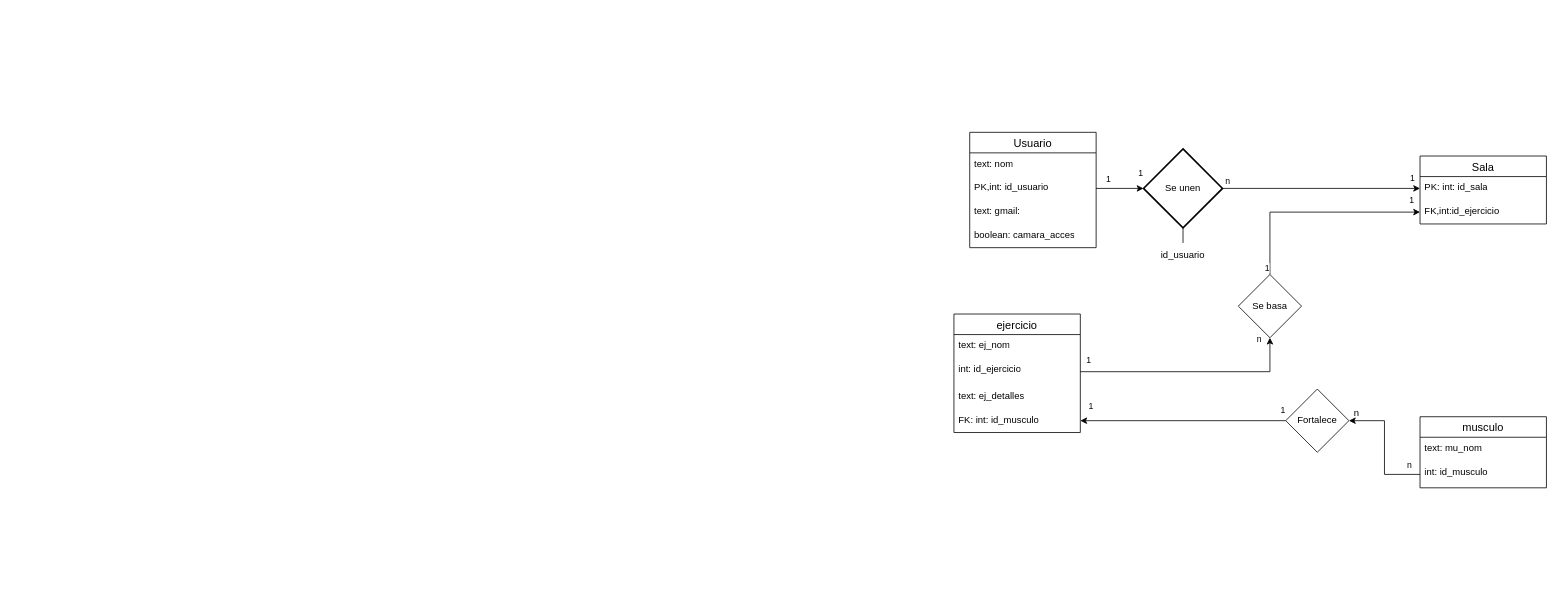
Above: E-R.drawio in inspedralbes/tr1-type-racer-royale-dam_25_26_tr1g6 (draw.io), before the change. Source tidied: cells renumbered, new cells numbered last; positions are measured from the earlier drawing's top-left corner, leaving out a move shared by most shapes. Both pictures are drawn from the tidied source at 79%, with x=0, y=0 at pixel (954, 132).
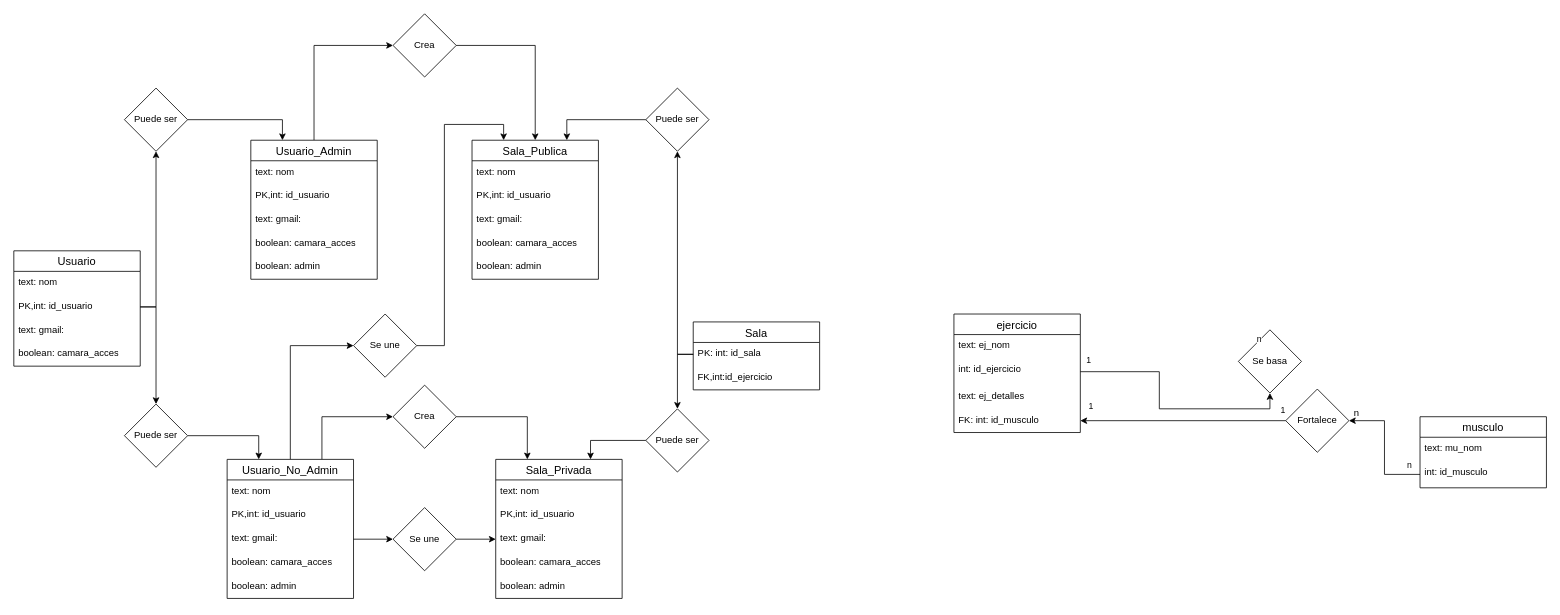
Above is the later version.

The change refers to these unchanged cells:
```xml
<mxCell id="4" value="PK,int: id_usuario" style="text;strokeColor=none;fillColor=none;spacingLeft=4;spacingRight=4;overflow=hidden;points=[[0,0.5],[1,0.5]];portConstraint=eastwest;fontSize=12;whiteSpace=wrap;html=1;" parent="2" vertex="1">
  <mxGeometry y="56" width="160" height="30" as="geometry" />
</mxCell>
<mxCell id="13" value="PK: int: id_sala" style="text;strokeColor=none;fillColor=none;spacingLeft=4;spacingRight=4;overflow=hidden;points=[[0,0.5],[1,0.5]];portConstraint=eastwest;fontSize=12;whiteSpace=wrap;html=1;" parent="12" vertex="1">
  <mxGeometry y="26" width="160" height="30" as="geometry" />
</mxCell>
<mxCell id="14" value="FK,int:id_ejercicio" style="text;strokeColor=none;fillColor=none;spacingLeft=4;spacingRight=4;overflow=hidden;points=[[0,0.5],[1,0.5]];portConstraint=eastwest;fontSize=12;whiteSpace=wrap;html=1;" parent="12" vertex="1">
  <mxGeometry y="56" width="160" height="30" as="geometry" />
</mxCell>
```

Diff of the diagram source:
```diff
@@
     <mxCell id="2" value="Usuario" style="swimlane;fontStyle=0;horizontal=1;startSize=26;align=center;fontSize=14;" parent="1" vertex="1">
-      <mxGeometry x="20" width="160" height="146" as="geometry" />
+      <mxGeometry x="-1190" y="150" width="160" height="146" as="geometry" />
     </mxCell>
@@
     <mxCell id="12" value="Sala" style="swimlane;fontStyle=0;horizontal=1;startSize=26;align=center;fontSize=14;" parent="1" vertex="1">
-      <mxGeometry x="590" y="30" width="160" height="86" as="geometry" />
+      <mxGeometry x="-330" y="240" width="160" height="86" as="geometry" />
     </mxCell>
@@
-    <mxCell id="15" style="endArrow=classic;html=1;rounded=0;exitX=1;exitY=0.5;exitDx=0;exitDy=0;entryX=0;entryY=0.5;entryDx=0;entryDy=0;entryPerimeter=0;" parent="1" edge="1" source="4" target="27">
-      <mxGeometry relative="1" as="geometry" />
-    </mxCell>
@@
-    <mxCell id="24" value="1" style="edgeLabel;html=1;align=right;verticalAlign=bottom;" parent="1" vertex="1">
-      <mxGeometry x="540" y="146" as="geometry">
-        <mxPoint x="43" y="-52" as="offset" />
-      </mxGeometry>
-    </mxCell>
-    <mxCell id="25" style="edgeStyle=orthogonalEdgeStyle;rounded=0;jettySize=auto;html=1;exitX=1;exitY=0.5;exitDx=0;exitDy=0;exitPerimeter=0;entryX=0;entryY=0.5;entryDx=0;entryDy=0;" parent="1" edge="1" source="27" target="13">
-      <mxGeometry relative="1" as="geometry" />
-    </mxCell>
-    <mxCell id="26" style="edgeStyle=orthogonalEdgeStyle;rounded=0;jettySize=auto;html=1;exitX=0.5;exitY=1;exitDx=0;exitDy=0;exitPerimeter=0;endArrow=none;endFill=0;" parent="1" edge="1" source="27">
-      <mxGeometry relative="1" as="geometry">
-        <mxPoint x="290" y="140" as="targetPoint" />
-      </mxGeometry>
-    </mxCell>
-    <mxCell id="27" value="Se unen" style="strokeWidth=2;html=1;shape=mxgraph.flowchart.decision;whiteSpace=wrap;" parent="1" vertex="1">
-      <mxGeometry x="240" y="21" width="100" height="100" as="geometry" />
-    </mxCell>
-    <mxCell id="28" value="1" style="edgeLabel;html=1;align=right;verticalAlign=bottom;" parent="1" vertex="1">
-      <mxGeometry x="590" y="90" as="geometry">
-        <mxPoint x="-6" y="-24" as="offset" />
-      </mxGeometry>
-    </mxCell>
-    <mxCell id="29" value="1" style="edgeLabel;html=1;align=right;verticalAlign=bottom;" parent="1" vertex="1">
-      <mxGeometry x="200" y="70" as="geometry">
-        <mxPoint x="-1" y="-2" as="offset" />
-      </mxGeometry>
-    </mxCell>
-    <mxCell id="30" value="id_usuario" style="text;html=1;whiteSpace=wrap;strokeColor=none;fillColor=none;align=center;verticalAlign=middle;rounded=0;" parent="1" vertex="1">
-      <mxGeometry x="260" y="140" width="60" height="30" as="geometry" />
-    </mxCell>
@@
-    <mxCell id="33" value="1" style="edgeLabel;html=1;align=right;verticalAlign=bottom;" parent="1" vertex="1">
-      <mxGeometry x="240" y="60" as="geometry" />
-    </mxCell>
-    <mxCell id="34" value="n" style="edgeLabel;html=1;align=right;verticalAlign=bottom;" parent="1" vertex="1">
-      <mxGeometry x="350" y="70" as="geometry" />
-    </mxCell>
-    <mxCell id="35" style="edgeStyle=orthogonalEdgeStyle;rounded=0;jettySize=auto;html=1;exitX=0.5;exitY=0;exitDx=0;exitDy=0;entryX=0;entryY=0.5;entryDx=0;entryDy=0;" parent="1" edge="1" source="36" target="14">
-      <mxGeometry relative="1" as="geometry" />
-    </mxCell>
     <mxCell id="36" value="Se basa" style="rhombus;whiteSpace=wrap;html=1;" parent="1" vertex="1">
-      <mxGeometry x="360" y="180" width="80" height="80" as="geometry" />
+      <mxGeometry x="360" y="250" width="80" height="80" as="geometry" />
     </mxCell>
@@
-    <mxCell id="38" value="1" style="edgeLabel;html=1;align=right;verticalAlign=bottom;" parent="1" vertex="1">
-      <mxGeometry x="400" y="180" as="geometry" />
-    </mxCell>
@@
+    <mxCell id="41" style="edgeStyle=orthogonalEdgeStyle;rounded=0;jettySize=auto;html=1;exitX=0.5;exitY=0;exitDx=0;exitDy=0;entryX=0;entryY=0.5;entryDx=0;entryDy=0;" parent="1" edge="1" source="42" target="81">
+      <mxGeometry relative="1" as="geometry" />
+    </mxCell>
+    <mxCell id="42" value="Usuario_Admin" style="swimlane;fontStyle=0;horizontal=1;startSize=26;align=center;fontSize=14;" parent="1" vertex="1">
+      <mxGeometry x="-890" y="10" width="160" height="176" as="geometry" />
+    </mxCell>
+    <mxCell id="43" value="text: nom" style="text;strokeColor=none;fillColor=none;spacingLeft=4;spacingRight=4;overflow=hidden;fontSize=12;whiteSpace=wrap;html=1;" parent="42" vertex="1">
+      <mxGeometry y="26" width="160" height="30" as="geometry" />
+    </mxCell>
+    <mxCell id="44" value="PK,int: id_usuario" style="text;strokeColor=none;fillColor=none;spacingLeft=4;spacingRight=4;overflow=hidden;fontSize=12;whiteSpace=wrap;html=1;" parent="42" vertex="1">
+      <mxGeometry y="56" width="160" height="30" as="geometry" />
+    </mxCell>
+    <mxCell id="45" value="text: gmail:" style="text;strokeColor=none;fillColor=none;spacingLeft=4;spacingRight=4;overflow=hidden;fontSize=12;whiteSpace=wrap;html=1;" parent="42" vertex="1">
+      <mxGeometry y="86" width="160" height="30" as="geometry" />
+    </mxCell>
+    <mxCell id="46" value="boolean: camara_acces" style="text;strokeColor=none;fillColor=none;spacingLeft=4;spacingRight=4;overflow=hidden;fontSize=12;whiteSpace=wrap;html=1;" parent="42" vertex="1">
+      <mxGeometry y="116" width="160" height="30" as="geometry" />
+    </mxCell>
+    <mxCell id="47" value="boolean: admin" style="text;strokeColor=none;fillColor=none;spacingLeft=4;spacingRight=4;overflow=hidden;fontSize=12;whiteSpace=wrap;html=1;" parent="42" vertex="1">
+      <mxGeometry y="146" width="160" height="30" as="geometry" />
+    </mxCell>
+    <mxCell id="48" style="edgeStyle=orthogonalEdgeStyle;rounded=0;jettySize=auto;html=1;exitX=0.75;exitY=0;exitDx=0;exitDy=0;entryX=0;entryY=0.5;entryDx=0;entryDy=0;" parent="1" edge="1" source="50" target="83">
+      <mxGeometry relative="1" as="geometry" />
+    </mxCell>
+    <mxCell id="49" style="edgeStyle=orthogonalEdgeStyle;rounded=0;jettySize=auto;html=1;exitX=0.5;exitY=0;exitDx=0;exitDy=0;entryX=0;entryY=0.5;entryDx=0;entryDy=0;" parent="1" edge="1" source="50" target="85">
+      <mxGeometry relative="1" as="geometry" />
+    </mxCell>
+    <mxCell id="50" value="Usuario_No_Admin" style="swimlane;fontStyle=0;horizontal=1;startSize=26;align=center;fontSize=14;" parent="1" vertex="1">
+      <mxGeometry x="-920" y="414" width="160" height="176" as="geometry" />
+    </mxCell>
+    <mxCell id="51" value="text: nom" style="text;strokeColor=none;fillColor=none;spacingLeft=4;spacingRight=4;overflow=hidden;fontSize=12;whiteSpace=wrap;html=1;" parent="50" vertex="1">
+      <mxGeometry y="26" width="160" height="30" as="geometry" />
+    </mxCell>
+    <mxCell id="52" value="PK,int: id_usuario" style="text;strokeColor=none;fillColor=none;spacingLeft=4;spacingRight=4;overflow=hidden;fontSize=12;whiteSpace=wrap;html=1;" parent="50" vertex="1">
+      <mxGeometry y="56" width="160" height="30" as="geometry" />
+    </mxCell>
+    <mxCell id="53" value="text: gmail:" style="text;strokeColor=none;fillColor=none;spacingLeft=4;spacingRight=4;overflow=hidden;points=[[0,0.5],[1,0.5]];portConstraint=eastwest;fontSize=12;whiteSpace=wrap;html=1;" parent="50" vertex="1">
+      <mxGeometry y="86" width="160" height="30" as="geometry" />
+    </mxCell>
+    <mxCell id="54" value="boolean: camara_acces" style="text;strokeColor=none;fillColor=none;spacingLeft=4;spacingRight=4;overflow=hidden;fontSize=12;whiteSpace=wrap;html=1;" parent="50" vertex="1">
+      <mxGeometry y="116" width="160" height="30" as="geometry" />
+    </mxCell>
+    <mxCell id="55" value="boolean: admin" style="text;strokeColor=none;fillColor=none;spacingLeft=4;spacingRight=4;overflow=hidden;fontSize=12;whiteSpace=wrap;html=1;" parent="50" vertex="1">
+      <mxGeometry y="146" width="160" height="30" as="geometry" />
+    </mxCell>
+    <mxCell id="56" value="Puede ser" style="rhombus;whiteSpace=wrap;html=1;" parent="1" vertex="1">
+      <mxGeometry x="-1050" y="-56" width="80" height="80" as="geometry" />
+    </mxCell>
+    <mxCell id="57" style="edgeStyle=orthogonalEdgeStyle;rounded=0;jettySize=auto;html=1;exitX=1;exitY=0.5;exitDx=0;exitDy=0;entryX=0.25;entryY=0;entryDx=0;entryDy=0;" parent="1" edge="1" source="58" target="50">
+      <mxGeometry relative="1" as="geometry" />
+    </mxCell>
+    <mxCell id="58" value="Puede ser" style="rhombus;whiteSpace=wrap;html=1;" parent="1" vertex="1">
+      <mxGeometry x="-1050" y="344" width="80" height="80" as="geometry" />
+    </mxCell>
+    <mxCell id="59" style="edgeStyle=orthogonalEdgeStyle;rounded=0;jettySize=auto;html=1;exitX=1;exitY=0.5;exitDx=0;exitDy=0;entryX=0.5;entryY=1;entryDx=0;entryDy=0;" parent="1" edge="1" source="4" target="56">
+      <mxGeometry relative="1" as="geometry" />
+    </mxCell>
+    <mxCell id="60" style="edgeStyle=orthogonalEdgeStyle;rounded=0;jettySize=auto;html=1;exitX=1;exitY=0.5;exitDx=0;exitDy=0;entryX=0.5;entryY=0;entryDx=0;entryDy=0;" parent="1" edge="1" source="4" target="58">
+      <mxGeometry relative="1" as="geometry" />
+    </mxCell>
+    <mxCell id="61" style="edgeStyle=orthogonalEdgeStyle;rounded=0;jettySize=auto;html=1;entryX=0.25;entryY=0;entryDx=0;entryDy=0;" parent="1" edge="1" source="56" target="42">
+      <mxGeometry relative="1" as="geometry" />
+    </mxCell>
+    <mxCell id="62" value="Sala_Publica" style="swimlane;fontStyle=0;horizontal=1;startSize=26;align=center;fontSize=14;" parent="1" vertex="1">
+      <mxGeometry x="-610" y="10" width="160" height="176" as="geometry" />
+    </mxCell>
+    <mxCell id="63" value="text: nom" style="text;strokeColor=none;fillColor=none;spacingLeft=4;spacingRight=4;overflow=hidden;fontSize=12;whiteSpace=wrap;html=1;" parent="62" vertex="1">
+      <mxGeometry y="26" width="160" height="30" as="geometry" />
+    </mxCell>
+    <mxCell id="64" value="PK,int: id_usuario" style="text;strokeColor=none;fillColor=none;spacingLeft=4;spacingRight=4;overflow=hidden;fontSize=12;whiteSpace=wrap;html=1;" parent="62" vertex="1">
+      <mxGeometry y="56" width="160" height="30" as="geometry" />
+    </mxCell>
+    <mxCell id="65" value="text: gmail:" style="text;strokeColor=none;fillColor=none;spacingLeft=4;spacingRight=4;overflow=hidden;fontSize=12;whiteSpace=wrap;html=1;" parent="62" vertex="1">
+      <mxGeometry y="86" width="160" height="30" as="geometry" />
+    </mxCell>
+    <mxCell id="66" value="boolean: camara_acces" style="text;strokeColor=none;fillColor=none;spacingLeft=4;spacingRight=4;overflow=hidden;fontSize=12;whiteSpace=wrap;html=1;" parent="62" vertex="1">
+      <mxGeometry y="116" width="160" height="30" as="geometry" />
+    </mxCell>
+    <mxCell id="67" value="boolean: admin" style="text;strokeColor=none;fillColor=none;spacingLeft=4;spacingRight=4;overflow=hidden;fontSize=12;whiteSpace=wrap;html=1;" parent="62" vertex="1">
+      <mxGeometry y="146" width="160" height="30" as="geometry" />
+    </mxCell>
+    <mxCell id="68" value="Sala_Privada" style="swimlane;fontStyle=0;horizontal=1;startSize=26;align=center;fontSize=14;" parent="1" vertex="1">
+      <mxGeometry x="-580" y="414" width="160" height="176" as="geometry" />
+    </mxCell>
+    <mxCell id="69" value="text: nom" style="text;strokeColor=none;fillColor=none;spacingLeft=4;spacingRight=4;overflow=hidden;fontSize=12;whiteSpace=wrap;html=1;" parent="68" vertex="1">
+      <mxGeometry y="26" width="160" height="30" as="geometry" />
+    </mxCell>
+    <mxCell id="70" value="PK,int: id_usuario" style="text;strokeColor=none;fillColor=none;spacingLeft=4;spacingRight=4;overflow=hidden;fontSize=12;whiteSpace=wrap;html=1;" parent="68" vertex="1">
+      <mxGeometry y="56" width="160" height="30" as="geometry" />
+    </mxCell>
+    <mxCell id="71" value="text: gmail:" style="text;strokeColor=none;fillColor=none;spacingLeft=4;spacingRight=4;overflow=hidden;points=[[0,0.5],[1,0.5]];portConstraint=eastwest;fontSize=12;whiteSpace=wrap;html=1;" parent="68" vertex="1">
+      <mxGeometry y="86" width="160" height="30" as="geometry" />
+    </mxCell>
+    <mxCell id="72" value="boolean: camara_acces" style="text;strokeColor=none;fillColor=none;spacingLeft=4;spacingRight=4;overflow=hidden;fontSize=12;whiteSpace=wrap;html=1;" parent="68" vertex="1">
+      <mxGeometry y="116" width="160" height="30" as="geometry" />
+    </mxCell>
+    <mxCell id="73" value="boolean: admin" style="text;strokeColor=none;fillColor=none;spacingLeft=4;spacingRight=4;overflow=hidden;fontSize=12;whiteSpace=wrap;html=1;" parent="68" vertex="1">
+      <mxGeometry y="146" width="160" height="30" as="geometry" />
+    </mxCell>
+    <mxCell id="74" style="edgeStyle=orthogonalEdgeStyle;rounded=0;jettySize=auto;html=1;exitX=0;exitY=0.5;exitDx=0;exitDy=0;entryX=0.75;entryY=0;entryDx=0;entryDy=0;" parent="1" edge="1" source="75" target="62">
+      <mxGeometry relative="1" as="geometry" />
+    </mxCell>
+    <mxCell id="75" value="Puede ser" style="rhombus;whiteSpace=wrap;html=1;" parent="1" vertex="1">
+      <mxGeometry x="-390" y="-56" width="80" height="80" as="geometry" />
+    </mxCell>
+    <mxCell id="76" style="edgeStyle=orthogonalEdgeStyle;rounded=0;jettySize=auto;html=1;exitX=0;exitY=0.5;exitDx=0;exitDy=0;entryX=0.75;entryY=0;entryDx=0;entryDy=0;" parent="1" edge="1" source="77" target="68">
+      <mxGeometry relative="1" as="geometry" />
+    </mxCell>
+    <mxCell id="77" value="Puede ser" style="rhombus;whiteSpace=wrap;html=1;" parent="1" vertex="1">
+      <mxGeometry x="-390" y="350" width="80" height="80" as="geometry" />
+    </mxCell>
+    <mxCell id="78" style="edgeStyle=orthogonalEdgeStyle;rounded=0;jettySize=auto;html=1;exitX=0;exitY=0.5;exitDx=0;exitDy=0;entryX=0.5;entryY=1;entryDx=0;entryDy=0;" parent="1" edge="1" source="13" target="75">
+      <mxGeometry relative="1" as="geometry" />
+    </mxCell>
+    <mxCell id="79" style="edgeStyle=orthogonalEdgeStyle;rounded=0;jettySize=auto;html=1;exitX=0;exitY=0.5;exitDx=0;exitDy=0;entryX=0.5;entryY=0;entryDx=0;entryDy=0;" parent="1" edge="1" source="13" target="77">
+      <mxGeometry relative="1" as="geometry" />
+    </mxCell>
+    <mxCell id="80" style="edgeStyle=orthogonalEdgeStyle;rounded=0;jettySize=auto;html=1;exitX=1;exitY=0.5;exitDx=0;exitDy=0;entryX=0.5;entryY=0;entryDx=0;entryDy=0;" parent="1" edge="1" source="81" target="62">
+      <mxGeometry relative="1" as="geometry" />
+    </mxCell>
+    <mxCell id="81" value="Crea" style="rhombus;whiteSpace=wrap;html=1;" parent="1" vertex="1">
+      <mxGeometry x="-710" y="-150" width="80" height="80" as="geometry" />
+    </mxCell>
+    <mxCell id="82" style="edgeStyle=orthogonalEdgeStyle;rounded=0;jettySize=auto;html=1;exitX=1;exitY=0.5;exitDx=0;exitDy=0;entryX=0.25;entryY=0;entryDx=0;entryDy=0;" parent="1" edge="1" source="83" target="68">
+      <mxGeometry relative="1" as="geometry" />
+    </mxCell>
+    <mxCell id="83" value="Crea" style="rhombus;whiteSpace=wrap;html=1;" parent="1" vertex="1">
+      <mxGeometry x="-710" y="320" width="80" height="80" as="geometry" />
+    </mxCell>
+    <mxCell id="84" style="edgeStyle=orthogonalEdgeStyle;rounded=0;jettySize=auto;html=1;exitX=1;exitY=0.5;exitDx=0;exitDy=0;entryX=0.25;entryY=0;entryDx=0;entryDy=0;" parent="1" edge="1" source="85" target="62">
+      <mxGeometry relative="1" as="geometry" />
+    </mxCell>
+    <mxCell id="85" value="Se une" style="rhombus;whiteSpace=wrap;html=1;" parent="1" vertex="1">
+      <mxGeometry x="-760" y="230" width="80" height="80" as="geometry" />
+    </mxCell>
+    <mxCell id="86" style="edgeStyle=orthogonalEdgeStyle;rounded=0;jettySize=auto;html=1;exitX=1;exitY=0.5;exitDx=0;exitDy=0;entryX=0;entryY=0.5;entryDx=0;entryDy=0;" parent="1" edge="1" source="87" target="71">
+      <mxGeometry relative="1" as="geometry" />
+    </mxCell>
+    <mxCell id="87" value="Se une" style="rhombus;whiteSpace=wrap;html=1;" parent="1" vertex="1">
+      <mxGeometry x="-710" y="475" width="80" height="80" as="geometry" />
+    </mxCell>
+    <mxCell id="88" style="edgeStyle=orthogonalEdgeStyle;rounded=0;jettySize=auto;html=1;exitX=1;exitY=0.5;exitDx=0;exitDy=0;entryX=0;entryY=0.5;entryDx=0;entryDy=0;" parent="1" edge="1" source="53" target="87">
+      <mxGeometry relative="1" as="geometry" />
+    </mxCell>
```
